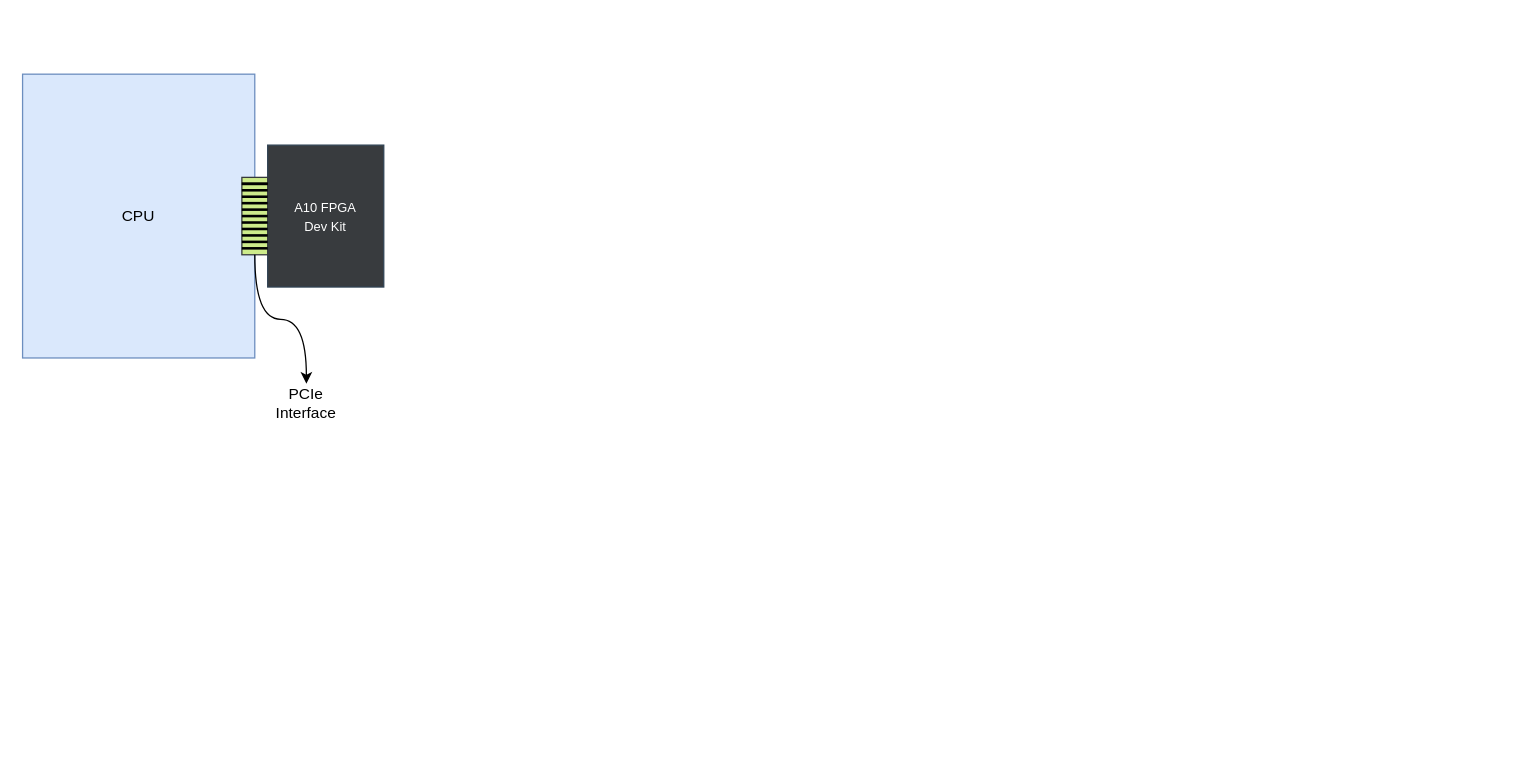
This is PCIeProjectGUI.drawio from belanasaikiran/FlowCharts, a draw.io file, before an edit. Source tidied: cells renumbered, new cells numbered last; positions are measured from the earlier drawing's top-left corner, leaving out a move shared by most shapes. Both pictures are drawn from the tidied source at 129%, with x=0, y=0 at pixel (22, 74).
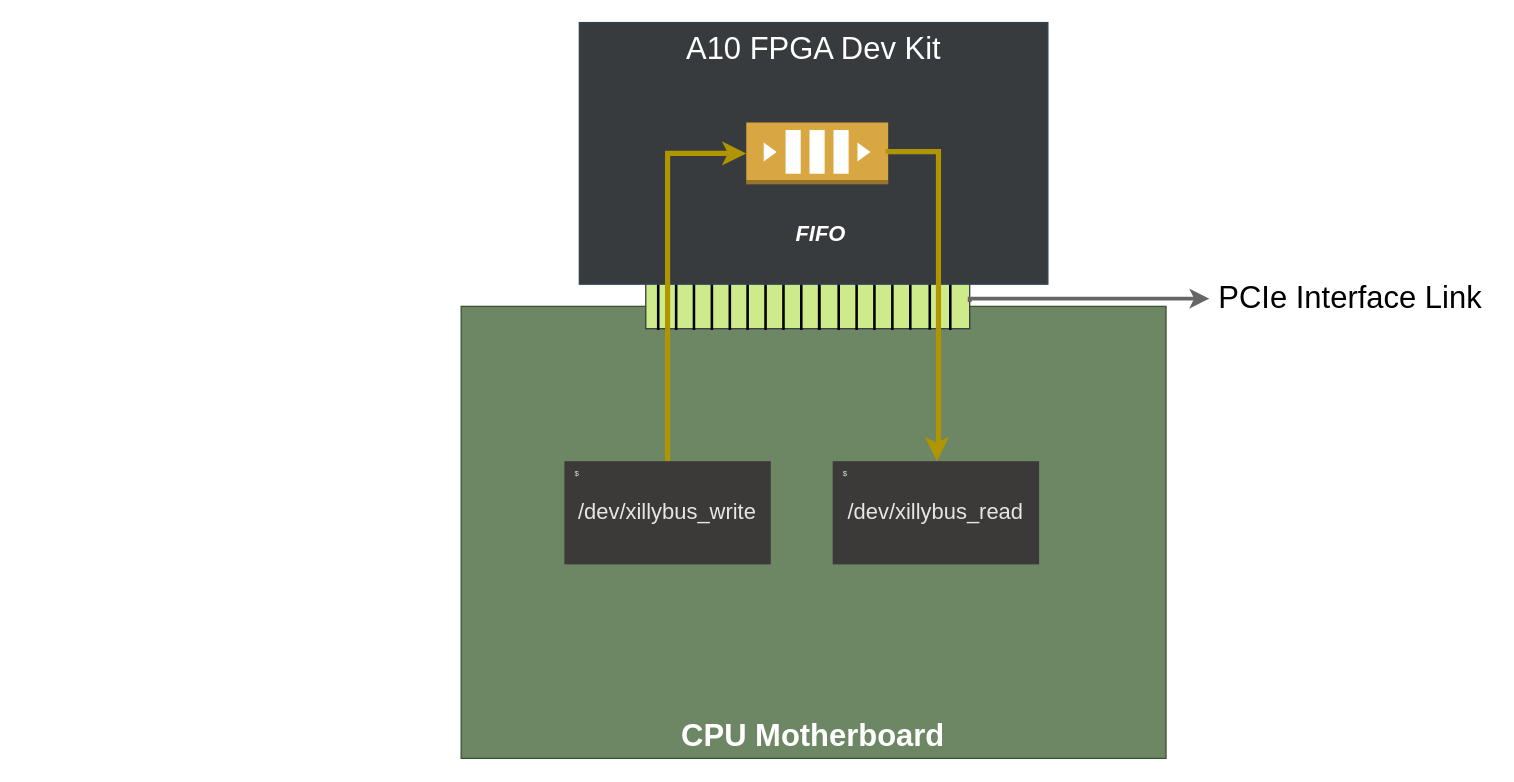
The same page after the edit.

Diff of the diagram source:
```diff
@@
-    <mxCell id="2" value="&lt;font style=&quot;font-size: 10px;&quot;&gt;A10 FPGA&lt;br&gt;Dev Kit&lt;/font&gt;" style="rounded=0;whiteSpace=wrap;html=1;fillColor=#383b3e;fontColor=#ffffff;strokeColor=#314354;" parent="1" vertex="1">
-      <mxGeometry x="190" y="55" width="90" height="110" as="geometry" />
-    </mxCell>
-    <mxCell id="3" value="CPU" style="rounded=0;whiteSpace=wrap;html=1;fillColor=#dae8fc;strokeColor=#6c8ebf;" parent="1" vertex="1">
-      <mxGeometry width="180" height="220" as="geometry" />
+    <mxCell id="3" value="CPU Motherboard" style="rounded=0;whiteSpace=wrap;html=1;fillColor=#6d8764;strokeColor=#3A5431;fontColor=#ffffff;fontSize=24;verticalAlign=bottom;fontStyle=1;" parent="1" vertex="1">
+      <mxGeometry x="340" y="180" width="546.4" height="350.4" as="geometry" />
     </mxCell>
-    <mxCell id="4" style="group;" parent="1" vertex="1">
-      <mxGeometry x="170" y="80" width="20" height="60" as="geometry" />
-    </mxCell>
+    <mxCell id="18" value="PCIe Interface Link" style="text;html=1;strokeColor=none;fillColor=none;align=center;verticalAlign=middle;whiteSpace=wrap;rounded=0;fontSize=24;" parent="1" vertex="1">
+      <mxGeometry x="920" y="150" width="219.3" height="47.8" as="geometry" />
+    </mxCell>
+    <mxCell id="20" style="group;" parent="1" vertex="1">
+      <mxGeometry x="480" y="157.4" width="308" height="222.6" as="geometry" />
+    </mxCell>
-    <mxCell id="5" style="rounded=0;whiteSpace=wrap;html=1;fillColor=#cdeb8b;strokeColor=#36393d;" parent="4" vertex="1">
-      <mxGeometry width="20" height="60" as="geometry" />
+    <mxCell id="5" style="rounded=0;html=1;fillColor=#cdeb8b;strokeColor=#36393d;fontSize=24;labelPosition=center;verticalLabelPosition=middle;align=center;verticalAlign=middle;horizontal=1;labelBackgroundColor=none;labelBorderColor=none;rotation=90;" parent="20" vertex="1">
+      <mxGeometry x="109.3" y="-105" width="38.7" height="251.1" as="geometry" />
     </mxCell>
-    <mxCell id="6" style="line;strokeWidth=2;html=1;" parent="4" vertex="1">
-      <mxGeometry width="20" height="10" as="geometry" />
+    <mxCell id="6" style="line;strokeWidth=2;html=1;fontSize=24;labelPosition=center;verticalLabelPosition=middle;align=center;verticalAlign=middle;horizontal=1;labelBackgroundColor=none;labelBorderColor=none;rotation=90;" parent="20" vertex="1">
+      <mxGeometry x="117.2" y="12.6" width="40.7" height="15.9" as="geometry" />
     </mxCell>
-    <mxCell id="7" style="line;strokeWidth=2;html=1;" parent="4" vertex="1">
-      <mxGeometry y="10" width="20" height="10" as="geometry" />
+    <mxCell id="7" style="line;strokeWidth=2;html=1;fontSize=24;labelPosition=center;verticalLabelPosition=middle;align=center;verticalAlign=middle;horizontal=1;labelBackgroundColor=none;labelBorderColor=none;rotation=90;" parent="20" vertex="1">
+      <mxGeometry x="89.5" y="12.6" width="40.7" height="15.9" as="geometry" />
     </mxCell>
-    <mxCell id="8" style="line;strokeWidth=2;html=1;" parent="4" vertex="1">
-      <mxGeometry y="20" width="20" height="10" as="geometry" />
+    <mxCell id="8" style="line;strokeWidth=2;html=1;fontSize=24;labelPosition=center;verticalLabelPosition=middle;align=center;verticalAlign=middle;horizontal=1;labelBackgroundColor=none;labelBorderColor=none;rotation=90;" parent="20" vertex="1">
+      <mxGeometry x="61.7" y="12.6" width="40.7" height="15.9" as="geometry" />
     </mxCell>
-    <mxCell id="9" style="line;strokeWidth=2;html=1;" parent="4" vertex="1">
-      <mxGeometry y="30" width="20" height="10" as="geometry" />
+    <mxCell id="9" style="line;strokeWidth=2;html=1;fontSize=24;labelPosition=center;verticalLabelPosition=middle;align=center;verticalAlign=middle;horizontal=1;labelBackgroundColor=none;labelBorderColor=none;rotation=90;" parent="20" vertex="1">
+      <mxGeometry x="34" y="12.6" width="40.7" height="15.9" as="geometry" />
     </mxCell>
-    <mxCell id="10" style="line;strokeWidth=2;html=1;" parent="4" vertex="1">
-      <mxGeometry y="40" width="20" height="10" as="geometry" />
+    <mxCell id="10" style="line;strokeWidth=2;html=1;fontSize=24;labelPosition=center;verticalLabelPosition=middle;align=center;verticalAlign=middle;horizontal=1;labelBackgroundColor=none;labelBorderColor=none;rotation=90;" parent="20" vertex="1">
+      <mxGeometry x="6.3" y="12.6" width="40.7" height="15.9" as="geometry" />
     </mxCell>
-    <mxCell id="11" style="line;strokeWidth=2;html=1;" parent="4" vertex="1">
-      <mxGeometry y="50" width="20" height="10" as="geometry" />
-    </mxCell>
-    <mxCell id="12" style="line;strokeWidth=2;html=1;" parent="4" vertex="1">
-      <mxGeometry width="20" height="10" as="geometry" />
+    <mxCell id="12" style="line;strokeWidth=2;html=1;fontSize=24;labelPosition=center;verticalLabelPosition=middle;align=center;verticalAlign=middle;horizontal=1;labelBackgroundColor=none;labelBorderColor=none;rotation=90;" parent="20" vertex="1">
+      <mxGeometry x="117.2" y="12.6" width="40.7" height="15.9" as="geometry" />
     </mxCell>
-    <mxCell id="13" style="line;strokeWidth=2;html=1;" parent="4" vertex="1">
-      <mxGeometry y="25" width="20" height="10" as="geometry" />
+    <mxCell id="13" style="line;strokeWidth=2;html=1;fontSize=24;labelPosition=center;verticalLabelPosition=middle;align=center;verticalAlign=middle;horizontal=1;labelBackgroundColor=none;labelBorderColor=none;rotation=90;" parent="20" vertex="1">
+      <mxGeometry x="47.9" y="12.6" width="40.7" height="15.9" as="geometry" />
     </mxCell>
-    <mxCell id="14" style="line;strokeWidth=2;html=1;" parent="4" vertex="1">
-      <mxGeometry y="35" width="20" height="10" as="geometry" />
+    <mxCell id="14" style="line;strokeWidth=2;html=1;fontSize=24;labelPosition=center;verticalLabelPosition=middle;align=center;verticalAlign=middle;horizontal=1;labelBackgroundColor=none;labelBorderColor=none;rotation=90;" parent="20" vertex="1">
+      <mxGeometry x="20.1" y="12.6" width="40.7" height="15.9" as="geometry" />
     </mxCell>
-    <mxCell id="15" style="line;strokeWidth=2;html=1;" parent="4" vertex="1">
-      <mxGeometry y="45" width="20" height="10" as="geometry" />
+    <mxCell id="15" style="line;strokeWidth=2;html=1;fontSize=24;labelPosition=center;verticalLabelPosition=middle;align=center;verticalAlign=middle;horizontal=1;labelBackgroundColor=none;labelBorderColor=none;rotation=90;" parent="20" vertex="1">
+      <mxGeometry x="-7.6" y="12.6" width="40.7" height="15.9" as="geometry" />
     </mxCell>
-    <mxCell id="16" style="line;strokeWidth=2;html=1;" parent="4" vertex="1">
-      <mxGeometry y="15" width="20" height="10" as="geometry" />
+    <mxCell id="16" style="line;strokeWidth=2;html=1;fontSize=24;labelPosition=center;verticalLabelPosition=middle;align=center;verticalAlign=middle;horizontal=1;labelBackgroundColor=none;labelBorderColor=none;rotation=90;" parent="20" vertex="1">
+      <mxGeometry x="75.6" y="12.6" width="40.7" height="15.9" as="geometry" />
     </mxCell>
-    <mxCell id="17" style="line;strokeWidth=2;html=1;" parent="4" vertex="1">
-      <mxGeometry y="5" width="20" height="10" as="geometry" />
+    <mxCell id="17" style="line;strokeWidth=2;html=1;fontSize=24;labelPosition=center;verticalLabelPosition=middle;align=center;verticalAlign=middle;horizontal=1;labelBackgroundColor=none;labelBorderColor=none;rotation=90;" parent="20" vertex="1">
+      <mxGeometry x="103.3" y="12.6" width="40.7" height="15.9" as="geometry" />
     </mxCell>
-    <mxCell id="18" value="PCIe Interface" style="text;html=1;strokeColor=none;fillColor=none;align=center;verticalAlign=middle;whiteSpace=wrap;rounded=0;" parent="1" vertex="1">
-      <mxGeometry x="190" y="240" width="60" height="30" as="geometry" />
-    </mxCell>
-    <mxCell id="19" style="curved=1;endArrow=classic;html=1;rounded=0;edgeStyle=orthogonalEdgeStyle;exitX=0.5;exitY=1;exitDx=0;exitDy=0;exitPerimeter=0;entryX=0.5;entryY=0;entryDx=0;entryDy=0;entryPerimeter=0;" parent="1" edge="1" source="11" target="18">
-      <mxGeometry relative="1" as="geometry" />
-    </mxCell>
+    <mxCell id="21" style="line;strokeWidth=2;html=1;fontSize=24;labelPosition=center;verticalLabelPosition=middle;align=center;verticalAlign=middle;horizontal=1;labelBackgroundColor=none;labelBorderColor=none;rotation=90;" parent="20" vertex="1">
+      <mxGeometry x="132.3" y="12.6" width="40.7" height="15.9" as="geometry" />
+    </mxCell>
+    <mxCell id="22" style="line;strokeWidth=2;html=1;fontSize=24;labelPosition=center;verticalLabelPosition=middle;align=center;verticalAlign=middle;horizontal=1;labelBackgroundColor=none;labelBorderColor=none;rotation=90;" parent="20" vertex="1">
+      <mxGeometry x="146.2" y="12.6" width="40.7" height="15.9" as="geometry" />
+    </mxCell>
+    <mxCell id="23" style="line;strokeWidth=2;html=1;fontSize=24;labelPosition=center;verticalLabelPosition=middle;align=center;verticalAlign=middle;horizontal=1;labelBackgroundColor=none;labelBorderColor=none;rotation=90;" parent="20" vertex="1">
+      <mxGeometry x="160" y="12.6" width="40.7" height="15.9" as="geometry" />
+    </mxCell>
+    <mxCell id="24" style="line;strokeWidth=2;html=1;fontSize=24;labelPosition=center;verticalLabelPosition=middle;align=center;verticalAlign=middle;horizontal=1;labelBackgroundColor=none;labelBorderColor=none;rotation=90;" parent="20" vertex="1">
+      <mxGeometry x="173.9" y="12.6" width="40.7" height="15.9" as="geometry" />
+    </mxCell>
+    <mxCell id="25" style="line;strokeWidth=2;html=1;fontSize=24;labelPosition=center;verticalLabelPosition=middle;align=center;verticalAlign=middle;horizontal=1;labelBackgroundColor=none;labelBorderColor=none;rotation=90;" parent="20" vertex="1">
+      <mxGeometry x="187.8" y="12.4" width="40.7" height="15.9" as="geometry" />
+    </mxCell>
+    <mxCell id="26" style="line;strokeWidth=2;html=1;fontSize=24;labelPosition=center;verticalLabelPosition=middle;align=center;verticalAlign=middle;horizontal=1;labelBackgroundColor=none;labelBorderColor=none;rotation=90;" parent="20" vertex="1">
+      <mxGeometry x="202.9" y="12.4" width="40.7" height="15.9" as="geometry" />
+    </mxCell>
+    <mxCell id="27" style="line;strokeWidth=2;html=1;fontSize=24;labelPosition=center;verticalLabelPosition=middle;align=center;verticalAlign=middle;horizontal=1;labelBackgroundColor=none;labelBorderColor=none;rotation=90;" parent="20" vertex="1">
+      <mxGeometry x="218.8" y="12.6" width="40.7" height="15.9" as="geometry" />
+    </mxCell>
+    <mxCell id="28" value="&lt;font style=&quot;font-size: 17px;&quot;&gt;/dev/xillybus_read&lt;/font&gt;" style="rounded=0;whiteSpace=wrap;html=1;fillColor=#3c3939;strokeColor=none;fontColor=#E6E6E6;fontSize=17;" parent="20" vertex="1">
+      <mxGeometry x="148" y="142.6" width="160" height="80" as="geometry" />
+    </mxCell>
+    <mxCell id="29" value="$" style="text;html=1;strokeColor=none;fillColor=none;align=center;verticalAlign=middle;whiteSpace=wrap;rounded=0;fontColor=#D5E8D4;fontSize=6;" parent="20" vertex="1">
+      <mxGeometry x="148" y="142.6" width="20" height="20" as="geometry" />
+    </mxCell>
+    <mxCell id="2" value="&lt;font style=&quot;font-size: 24px;&quot;&gt;A10 FPGA Dev Kit&lt;/font&gt;" style="rounded=0;whiteSpace=wrap;html=1;fillColor=#383b3e;fontColor=#ffffff;strokeColor=#314354;fontSize=24;verticalAlign=top;" parent="1" vertex="1">
+      <mxGeometry x="431.6" y="-40" width="363.2" height="202.8" as="geometry" />
+    </mxCell>
+    <mxCell id="30" style="outlineConnect=0;dashed=0;verticalLabelPosition=bottom;verticalAlign=top;align=center;html=1;shape=mxgraph.aws3.queue;fillColor=#D9A741;gradientColor=none;direction=south;rotation=-90;" parent="1" vertex="1">
+      <mxGeometry x="592" y="6.4" width="48" height="110" as="geometry" />
+    </mxCell>
+    <mxCell id="31" value="&lt;font style=&quot;font-size: 17px;&quot; color=&quot;#ffffff&quot;&gt;&lt;b&gt;&lt;i&gt;FIFO&lt;/i&gt;&lt;/b&gt;&lt;/font&gt;" style="text;html=1;strokeColor=none;fillColor=none;align=center;verticalAlign=middle;whiteSpace=wrap;rounded=0;" parent="1" vertex="1">
+      <mxGeometry x="589.2" y="110" width="60" height="30" as="geometry" />
+    </mxCell>
+    <mxCell id="32" style="endArrow=classic;html=1;rounded=0;edgeStyle=orthogonalEdgeStyle;fontSize=14;strokeWidth=4;entryX=0;entryY=0.5;entryDx=0;entryDy=0;entryPerimeter=0;fillColor=#e3c800;strokeColor=#B09500;exitX=0.5;exitY=0;exitDx=0;exitDy=0;exitPerimeter=0;" parent="1" edge="1" source="33" target="30">
+      <mxGeometry relative="1" as="geometry">
+        <Array as="points">
+          <mxPoint x="500" y="61" />
+        </Array>
+      </mxGeometry>
+    </mxCell>
+    <mxCell id="33" value="&lt;font style=&quot;font-size: 17px;&quot;&gt;/dev/xillybus_write&lt;/font&gt;" style="rounded=0;whiteSpace=wrap;html=1;fillColor=#3c3939;strokeColor=none;fontSize=17;fontColor=#E6E6E6;" parent="1" vertex="1">
+      <mxGeometry x="420" y="300" width="160" height="80" as="geometry" />
+    </mxCell>
+    <mxCell id="34" style="endArrow=classic;html=1;rounded=0;edgeStyle=orthogonalEdgeStyle;fontSize=14;strokeWidth=4;entryX=0.505;entryY=0;entryDx=0;entryDy=0;entryPerimeter=0;exitX=1;exitY=0.5;exitDx=0;exitDy=0;exitPerimeter=0;fillColor=#e3c800;strokeColor=#B09500;" parent="1" edge="1" source="30" target="28">
+      <mxGeometry relative="1" as="geometry">
+        <Array as="points">
+          <mxPoint x="671" y="60" />
+          <mxPoint x="710" y="60" />
+          <mxPoint x="710" y="290" />
+          <mxPoint x="709" y="290" />
+        </Array>
+      </mxGeometry>
+    </mxCell>
+    <mxCell id="35" value="$" style="text;html=1;strokeColor=none;fillColor=none;align=center;verticalAlign=middle;whiteSpace=wrap;rounded=0;fontColor=#D5E8D4;fontSize=6;" parent="1" vertex="1">
+      <mxGeometry x="420" y="300" width="20" height="20" as="geometry" />
+    </mxCell>
+    <mxCell id="36" style="edgeStyle=orthogonalEdgeStyle;rounded=0;jettySize=auto;html=1;exitX=0.463;exitY=0;exitDx=0;exitDy=0;exitPerimeter=0;strokeWidth=3;fillColor=#f5f5f5;gradientColor=#b3b3b3;strokeColor=#666666;" parent="1" edge="1" source="5" target="18">
+      <mxGeometry relative="1" as="geometry">
+        <Array as="points">
+          <mxPoint x="734" y="174" />
+        </Array>
+      </mxGeometry>
+    </mxCell>
```
